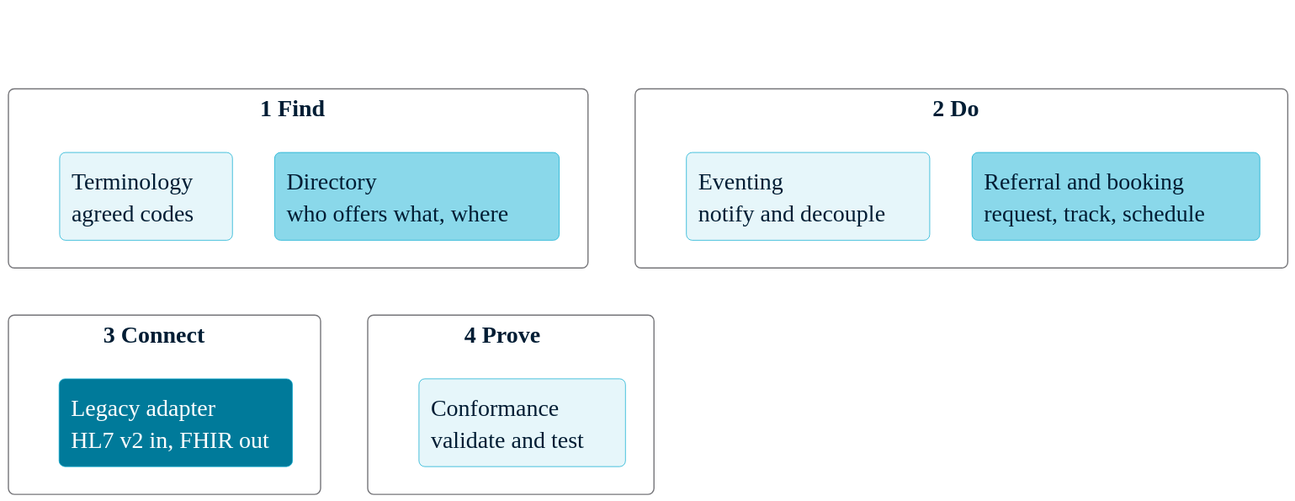
Earlier version of the PlantUML export 2026-10-29/2-FHIR-For-Services/slides/diagrams/services-map.svg (aehrc/qh-connectathon).
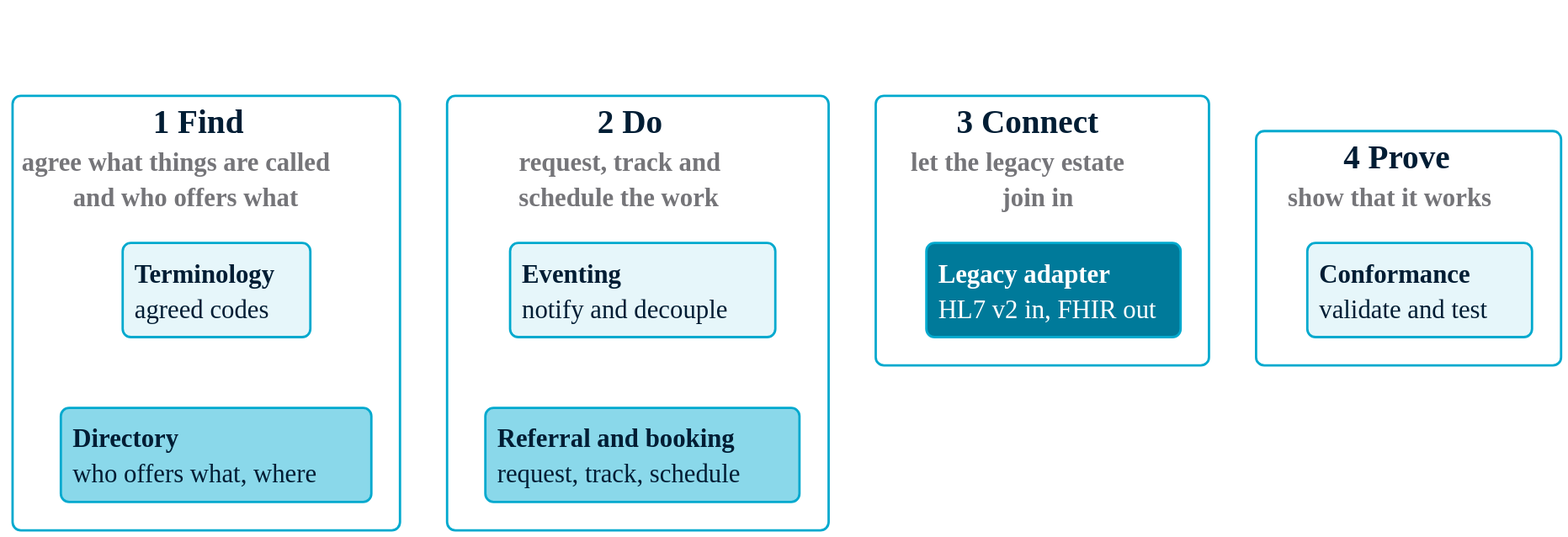
Later version of the same file.

Diff of the diagram source:
```diff
@@ -1,23 +1,28 @@
 @startuml
 !include palette.iuml
+skinparam defaultFontSize 22
+skinparam RoundCorner 14
+skinparam rectangle {
+  BorderThickness 2
+}
 
-rectangle "**1  Find**" as G1 #FFFFFF;line:757579 {
-  rectangle "Terminology\nagreed codes" as TX #$L1
-  rectangle "Directory\nwho offers what, where" as DIR #$L2
+rectangle "<size:28>**1  Find**</size>\n<color:#757579>agree what things are called\n<color:#757579>and who offers what" as G1 #FFFFFF;line:00A9CE;line.bold {
+  rectangle "**Terminology**\nagreed codes" as TX #$L1
+  rectangle "**Directory**\nwho offers what, where" as DIR #$L2
 }
-rectangle "**2  Do**" as G2 #FFFFFF;line:757579 {
-  rectangle "Eventing\nnotify and decouple" as EVT #$L1
-  rectangle "Referral and booking\nrequest, track, schedule" as SRV #$L2
+rectangle "<size:28>**2  Do**</size>\n<color:#757579>request, track and\n<color:#757579>schedule the work" as G2 #FFFFFF;line:00A9CE;line.bold {
+  rectangle "**Eventing**\nnotify and decouple" as EVT #$L1
+  rectangle "**Referral and booking**\nrequest, track, schedule" as SRV #$L2
 }
-rectangle "**3  Connect**" as G3 #FFFFFF;line:757579 {
-  rectangle "<color:white>Legacy adapter</color>\n<color:white>HL7 v2 in, FHIR out</color>" as ADP #$L3
+rectangle "<size:28>**3  Connect**</size>\n<color:#757579>let the legacy estate\n<color:#757579>join in" as G3 #FFFFFF;line:00A9CE;line.bold {
+  rectangle "<color:white>**Legacy adapter**</color>\n<color:white>HL7 v2 in, FHIR out</color>" as ADP #$L3
 }
-rectangle "**4  Prove**" as G4 #FFFFFF;line:757579 {
-  rectangle "Conformance\nvalidate and test" as CON #$L1
+rectangle "<size:28>**4  Prove**</size>\n<color:#757579>show that it works" as G4 #FFFFFF;line:00A9CE;line.bold {
+  rectangle "**Conformance**\nvalidate and test" as CON #$L1
 }
 G1 -[hidden]right- G2
+G2 -[hidden]right- G3
 G3 -[hidden]right- G4
-G1 -[hidden]down- G3
-TX -[hidden]right- DIR
-EVT -[hidden]right- SRV
+TX -[hidden]down- DIR
+EVT -[hidden]down- SRV
 @enduml
```
